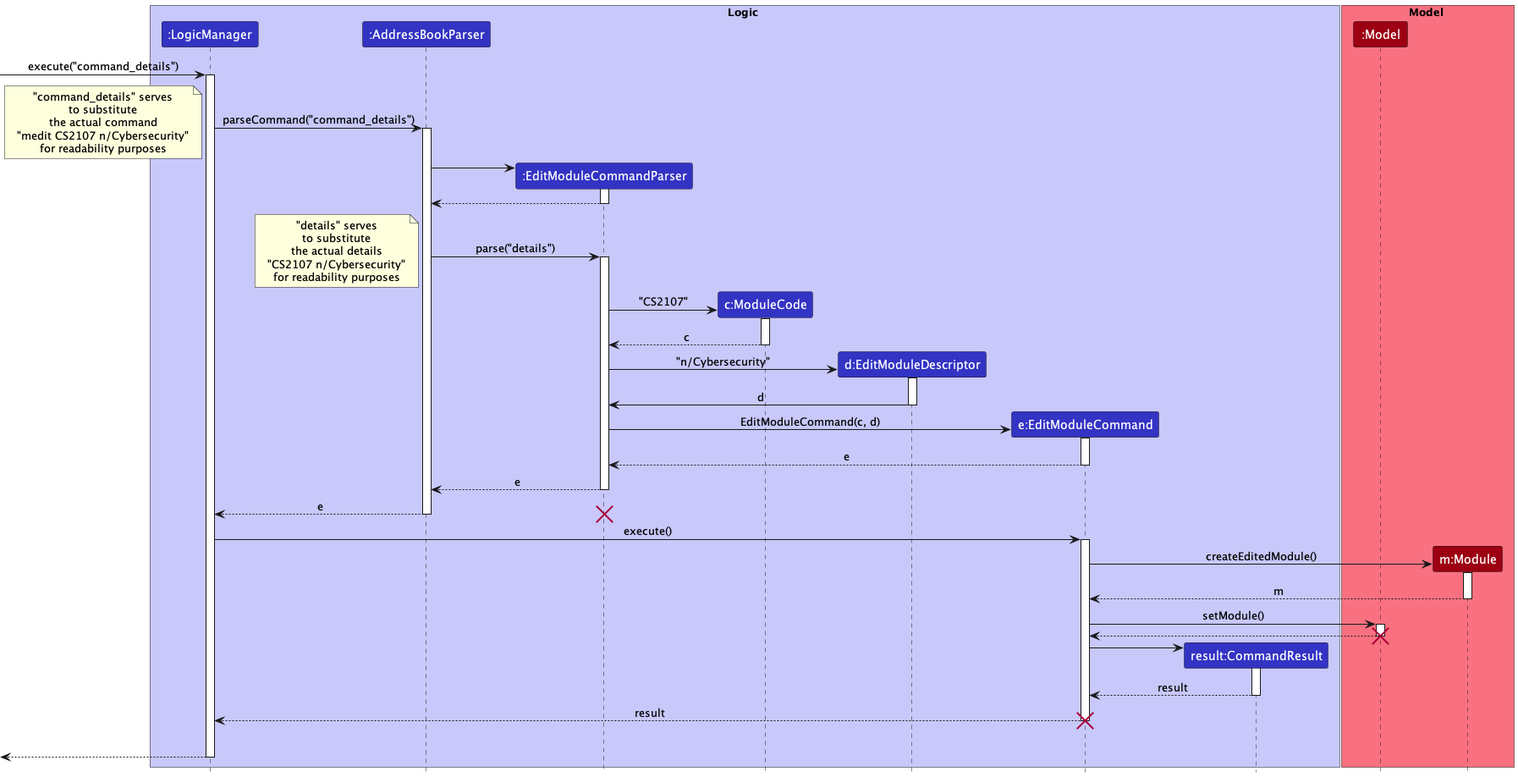
nus-cs2103-AY2223S1/tp keeps this PlantUML diagram as docs/images/EditModuleSequenceDiagram.png. Above is the earlier version.
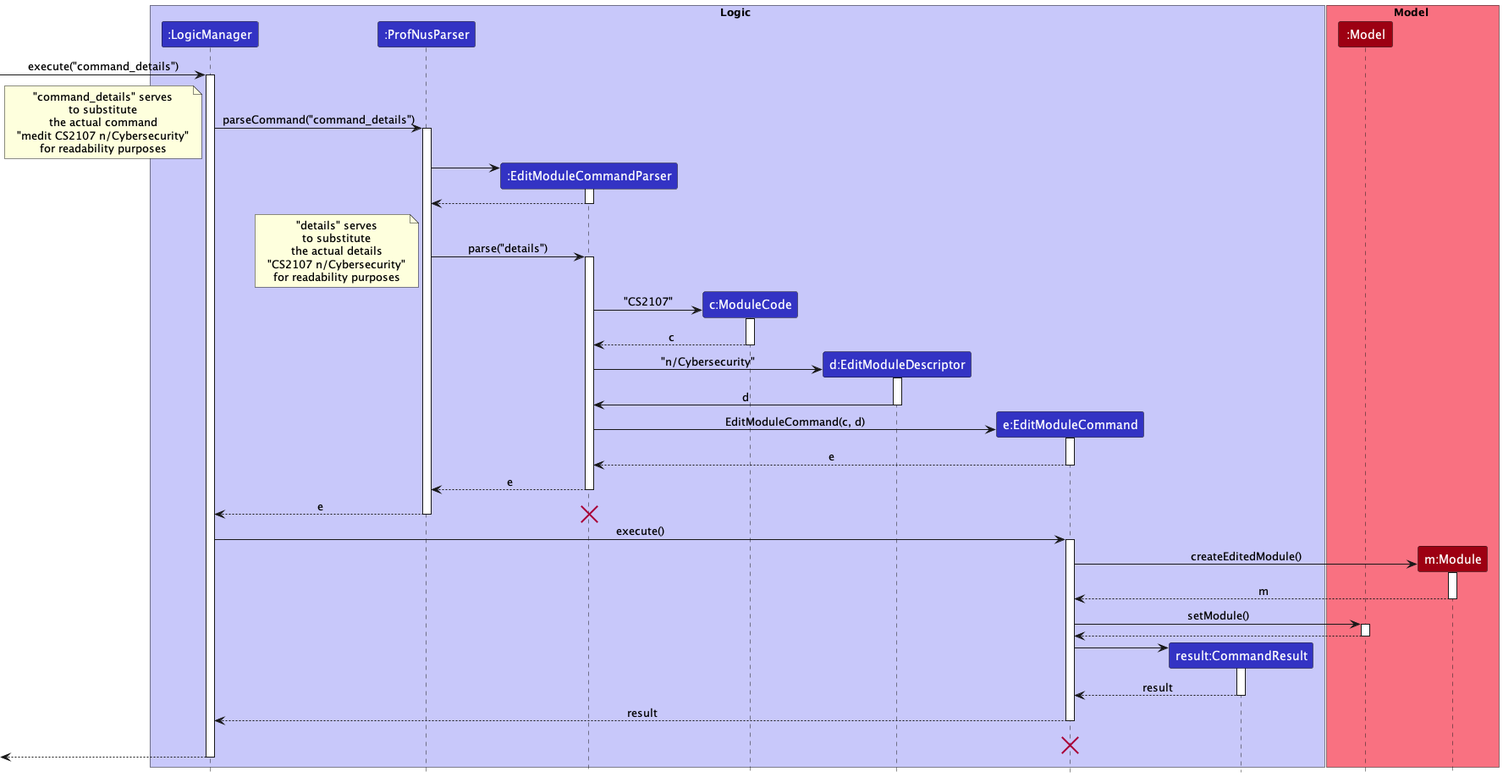
Later version of the same file.

Commit message:
Edit addressbookparser to ProfNusParser for DG

Change to the diagram source:
```diff
@@ -3,7 +3,7 @@
 
 box Logic LOGIC_COLOR_T1
 participant ":LogicManager" as LogicManager LOGIC_COLOR
-participant ":AddressBookParser" as AddressBookParser LOGIC_COLOR
+participant ":ProfNusParser" as ProfNusParser LOGIC_COLOR
 participant ":EditModuleCommandParser" as EditModuleCommandParser LOGIC_COLOR
 participant "c:ModuleCode" as ModuleCode LOGIC_COLOR
 participant "d:EditModuleDescriptor" as EditModuleDescriptor LOGIC_COLOR
@@ -19,7 +19,7 @@
 [-> LogicManager : execute("command_details")
 activate LogicManager
 
-LogicManager -> AddressBookParser : parseCommand("command_details")
+LogicManager -> ProfNusParser : parseCommand("command_details")
 note left
 "command_details" serves
 to substitute
@@ -27,16 +27,16 @@
 "medit CS2107 n/Cybersecurity"
 for readability purposes
 end note
-activate AddressBookParser
+activate ProfNusParser
 
 create EditModuleCommandParser
-AddressBookParser -> EditModuleCommandParser
+ProfNusParser -> EditModuleCommandParser
 activate EditModuleCommandParser
 
-EditModuleCommandParser --> AddressBookParser
+EditModuleCommandParser --> ProfNusParser
 deactivate EditModuleCommandParser
 
-AddressBookParser -> EditModuleCommandParser : parse("details")
+ProfNusParser -> EditModuleCommandParser : parse("details")
 note left
 "details" serves
 to substitute
@@ -67,12 +67,12 @@
 EditModuleCommand --> EditModuleCommandParser : e
 deactivate EditModuleCommand
 
-EditModuleCommandParser --> AddressBookParser : e
+EditModuleCommandParser --> ProfNusParser : e
 deactivate EditModuleCommandParser
 
-AddressBookParser --> LogicManager : e
+ProfNusParser --> LogicManager : e
 destroy EditModuleCommandParser
-deactivate AddressBookParser
+deactivate ProfNusParser
 
 LogicManager -> EditModuleCommand : execute()
 activate EditModuleCommand
@@ -89,7 +89,6 @@
 
 Model --> EditModuleCommand
 deactivate Model
-destroy Model
 
 create CommandResult
 EditModuleCommand -> CommandResult
@@ -100,8 +99,8 @@
 
 EditModuleCommand --> LogicManager : result
 deactivate EditModuleCommand
+EditModuleCommand -[hidden]-> LogicManager : result
 destroy EditModuleCommand
-EditModuleCommand -[hidden]-> LogicManager : result
 
 
 [<--LogicManager
```
